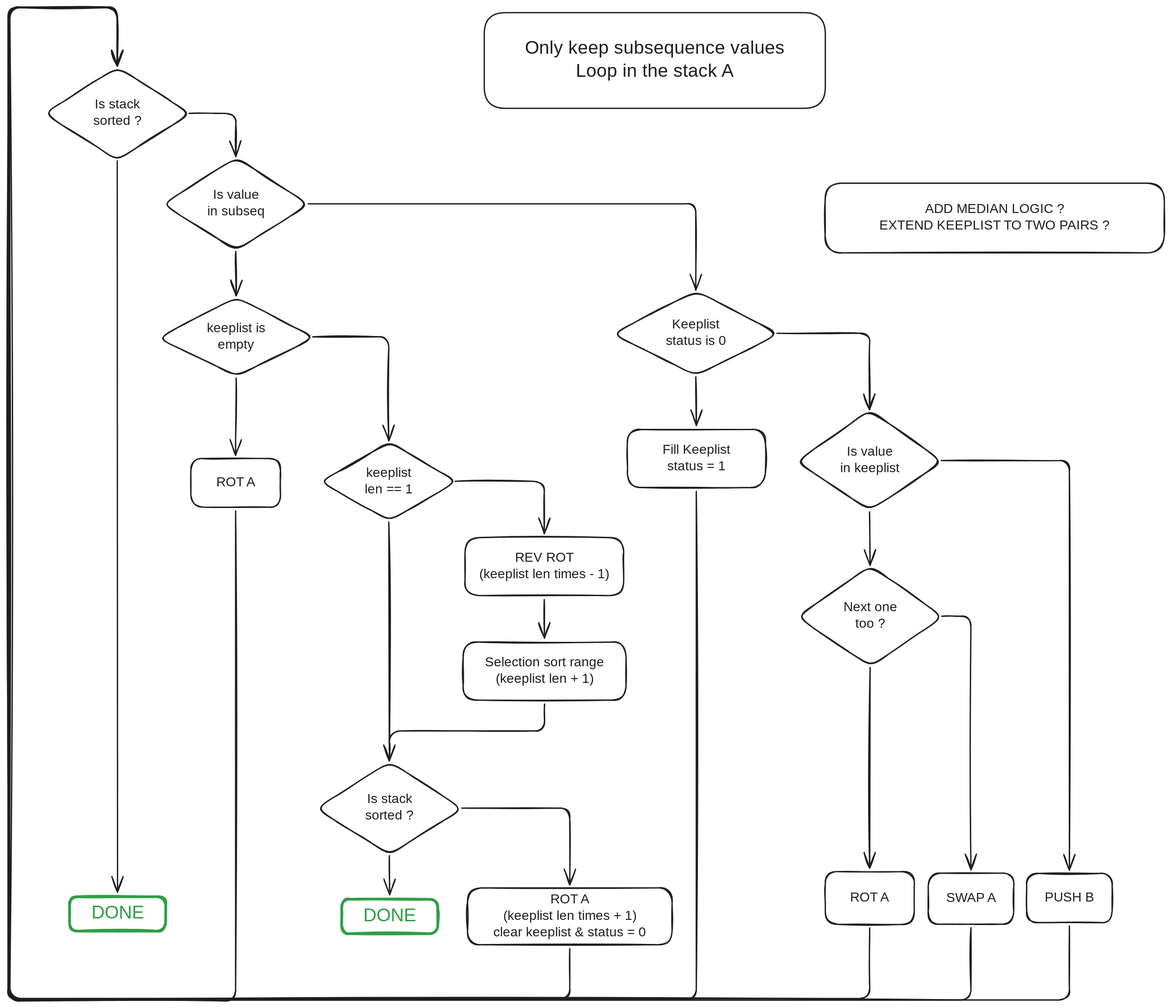
Before: images/only_keep_subsequence.excalidraw.svg, a diagram exported from Excalidraw (flinguenheld/42_push_swap). Source tidied: one line per element, renumbered; positions are measured from the earlier drawing's top-left corner, leaving out a move shared by most shapes.
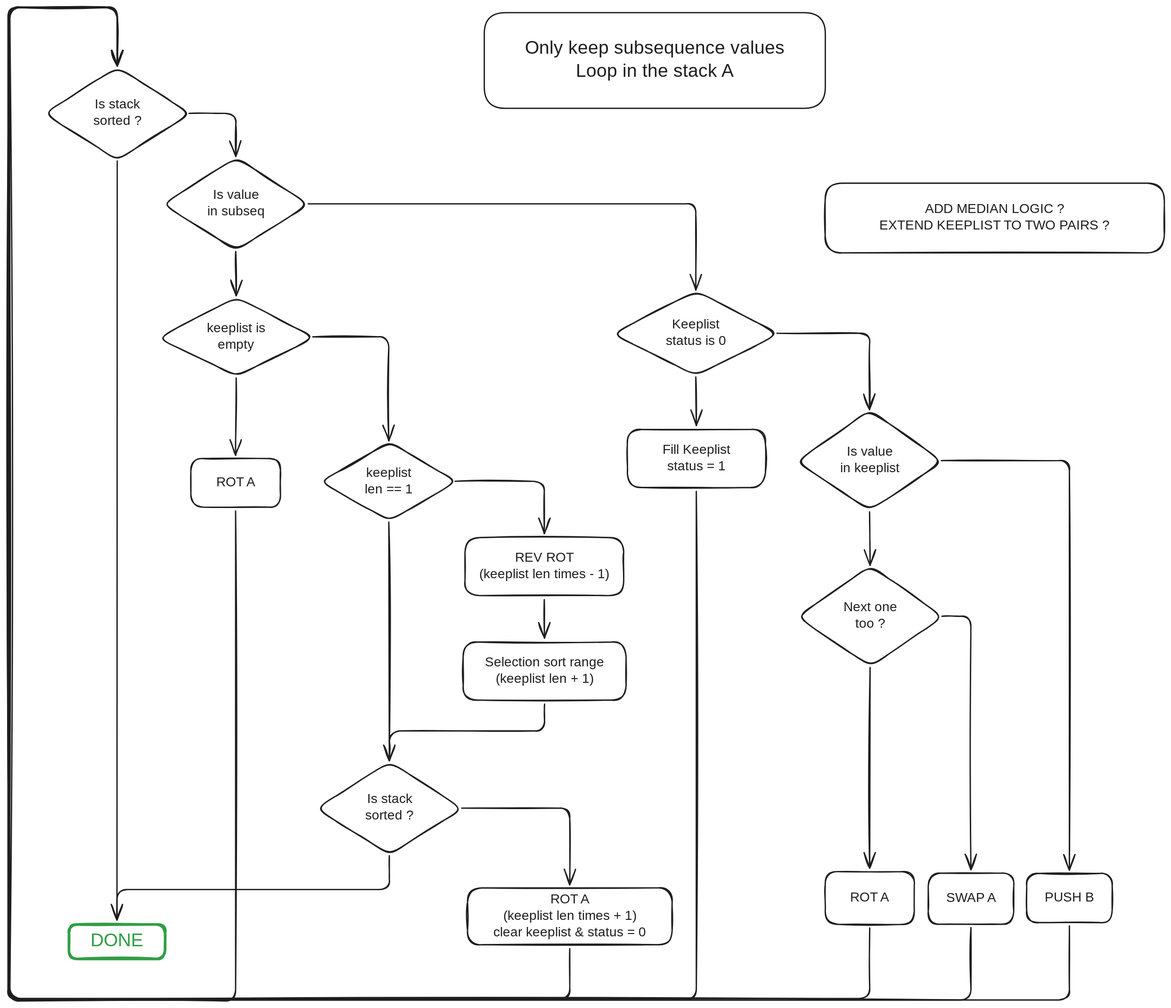
Above is the later version.

Diff of the diagram source:
```diff
@@ -50,15 +50,13 @@
 {"id": 49, "type": "arrow", "strokeColor": "#1e1e1e", "strokeWidth": 2, "roughness": 1, "endArrowhead": "arrow", "from": 17, "to": 20, "x": 1416, "y": 924, "width": 44, "height": 384, "points": [[0, 0], [44, 0], [44, 384]]}
 {"id": 50, "type": "diamond", "strokeColor": "#1e1e1e", "strokeWidth": 2, "roughness": 1, "round": true, "x": 55, "y": 91, "width": 221, "height": 141}
 {"id": 51, "type": "text", "text": "Is stack\nsorted ?", "strokeColor": "#1e1e1e", "strokeWidth": 2, "roughness": 1, "fontSize": 20, "fontFamily": 5, "textAlign": "center", "verticalAlign": "middle", "inside": 50, "x": 124, "y": 136, "width": 84, "height": 50}
-{"id": 52, "type": "rectangle", "strokeColor": "#2f9e44", "strokeWidth": 4, "roughness": 1, "round": true, "x": 93, "y": 1349, "width": 146, "height": 52}
+{"id": 52, "type": "rectangle", "strokeColor": "#2f9e44", "strokeWidth": 4, "roughness": 1, "round": true, "x": 92, "y": 1391, "width": 146, "height": 52}
-{"id": 53, "type": "text", "text": "DONE", "strokeColor": "#2f9e44", "strokeWidth": 2, "roughness": 1, "fontSize": 28, "fontFamily": 5, "textAlign": "center", "verticalAlign": "middle", "inside": 52, "x": 126, "y": 1357, "width": 80, "height": 35}
+{"id": 53, "type": "text", "text": "DONE", "strokeColor": "#2f9e44", "strokeWidth": 2, "roughness": 1, "fontSize": 28, "fontFamily": 5, "textAlign": "center", "verticalAlign": "middle", "inside": 52, "x": 125, "y": 1400, "width": 80, "height": 35}
 {"id": 54, "type": "arrow", "strokeColor": "#1e1e1e", "strokeWidth": 2, "roughness": 1, "endArrowhead": "arrow", "from": 50, "to": 2, "x": 274, "y": 161, "width": 71, "height": 65, "points": [[0, 0], [71, 0], [71, 65]]}
-{"id": 55, "type": "arrow", "strokeColor": "#1e1e1e", "strokeWidth": 2, "roughness": 1, "endArrowhead": "arrow", "from": 50, "to": 52, "x": 166, "y": 233, "width": 0, "height": 1108, "points": [[0, 0], [0, 1108]]}
+{"id": 55, "type": "arrow", "strokeColor": "#1e1e1e", "strokeWidth": 2, "roughness": 1, "endArrowhead": "arrow", "from": 50, "to": 52, "x": 166, "y": 233, "width": 0, "height": 1151, "points": [[0, 0], [0, 1151]]}
 {"id": 56, "type": "arrow", "strokeColor": "#1e1e1e", "strokeWidth": 2, "roughness": 1, "endArrowhead": "arrow", "from": 38, "to": 50, "x": 852, "y": 1428, "width": 849, "height": 1503, "points": [[0, 0], [0, 76], [-849, 76], [-849, -1428], [-686, -1428], [-686, -1338]]}
 {"id": 57, "type": "rectangle", "strokeColor": "#1e1e1e", "strokeWidth": 2, "roughness": 1, "round": true, "x": 1239, "y": 267, "width": 514, "height": 106}
 {"id": 58, "type": "text", "text": "ADD MEDIAN LOGIC ?\nEXTEND KEEPLIST TO TWO PAIRS ?", "strokeColor": "#1e1e1e", "strokeWidth": 2, "roughness": 1, "fontSize": 20, "fontFamily": 5, "textAlign": "center", "verticalAlign": "middle", "inside": 57, "x": 1303, "y": 295, "width": 386, "height": 50}
 {"id": 59, "type": "arrow", "strokeColor": "#1e1e1e", "backgroundColor": "#40c057", "fillStyle": "solid", "strokeWidth": 2, "roughness": 1, "endArrowhead": "arrow", "from": 12, "to": 50, "x": 1044, "y": 734, "width": 1043, "height": 1504, "points": [[0, 0], [0, 771], [-1043, 771], [-1043, -733], [-878, -733], [-878, -645]]}
 {"id": 60, "type": "arrow", "strokeColor": "#1e1e1e", "strokeWidth": 2, "roughness": 1, "endArrowhead": "arrow", "from": 25, "to": 50, "x": 345, "y": 764, "width": 342, "height": 1506, "points": [[0, 0], [0, 743], [-342, 743], [-342, -763], [-179, -763], [-179, -675]]}
-{"id": 61, "type": "rectangle", "strokeColor": "#2f9e44", "strokeWidth": 4, "roughness": 1, "round": true, "x": 506, "y": 1353, "width": 146, "height": 52}
-{"id": 62, "type": "text", "text": "DONE", "strokeColor": "#2f9e44", "strokeWidth": 2, "roughness": 1, "fontSize": 28, "fontFamily": 5, "textAlign": "center", "verticalAlign": "middle", "inside": 61, "x": 539, "y": 1361, "width": 80, "height": 35}
-{"id": 63, "type": "arrow", "strokeColor": "#1e1e1e", "strokeWidth": 2, "roughness": 1, "endArrowhead": "arrow", "from": 36, "to": 61, "x": 578, "y": 1287, "width": 0, "height": 59, "points": [[0, 0], [0, 59]]}
+{"id": 63, "type": "arrow", "strokeColor": "#1e1e1e", "strokeWidth": 2, "roughness": 1, "endArrowhead": "arrow", "from": 36, "to": 52, "x": 578, "y": 1287, "width": 413, "height": 97, "points": [[0, 0], [0, 51], [-413, 51], [-413, 97]]}
```
